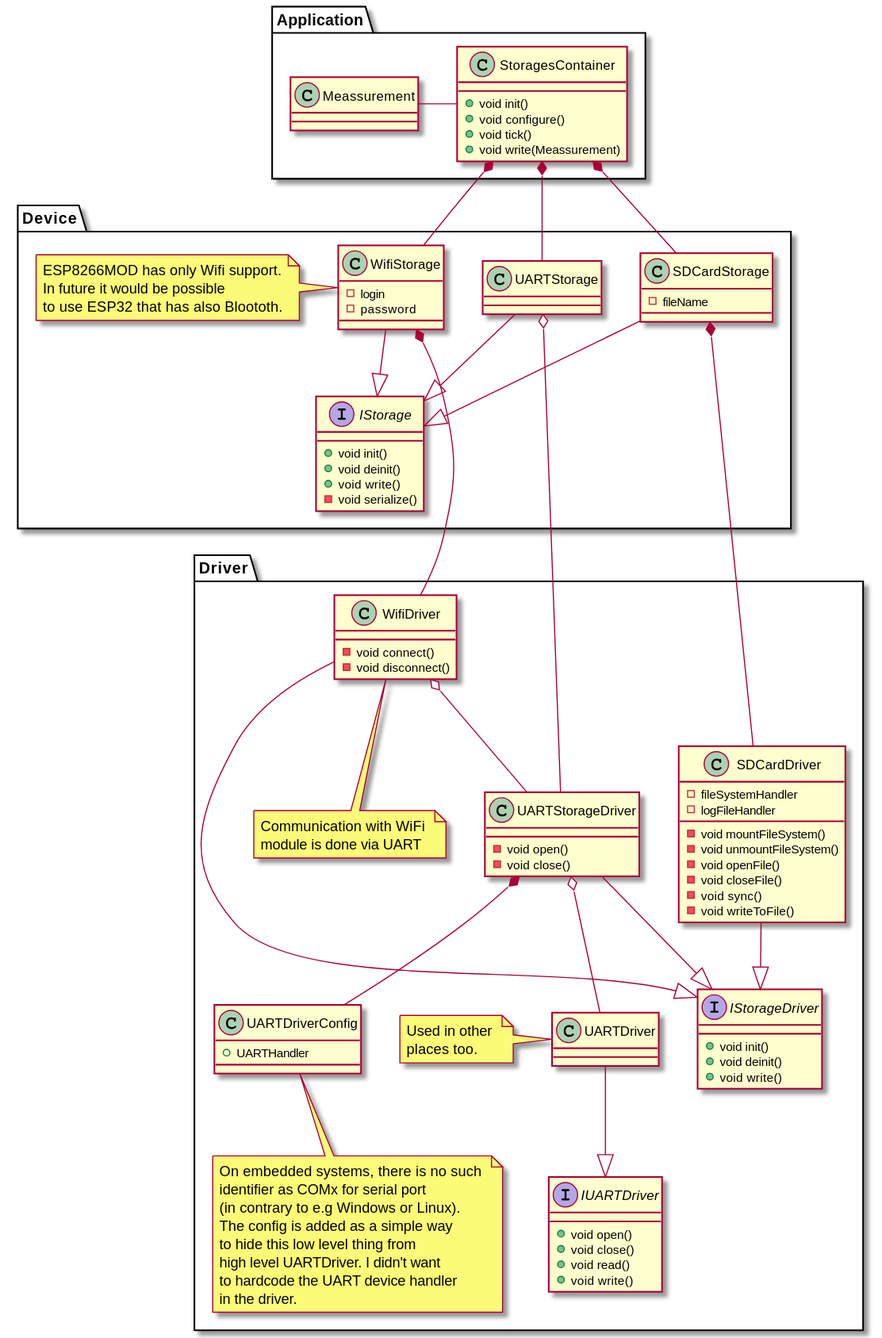
Before: Documentation/Diagrams/Export/Documentation/Diagrams/Source/NUCLEO-F103RB/Storage_Class_Diagram.svg, a diagram exported from PlantUML (RobertGawron/HardwareDataLogger).
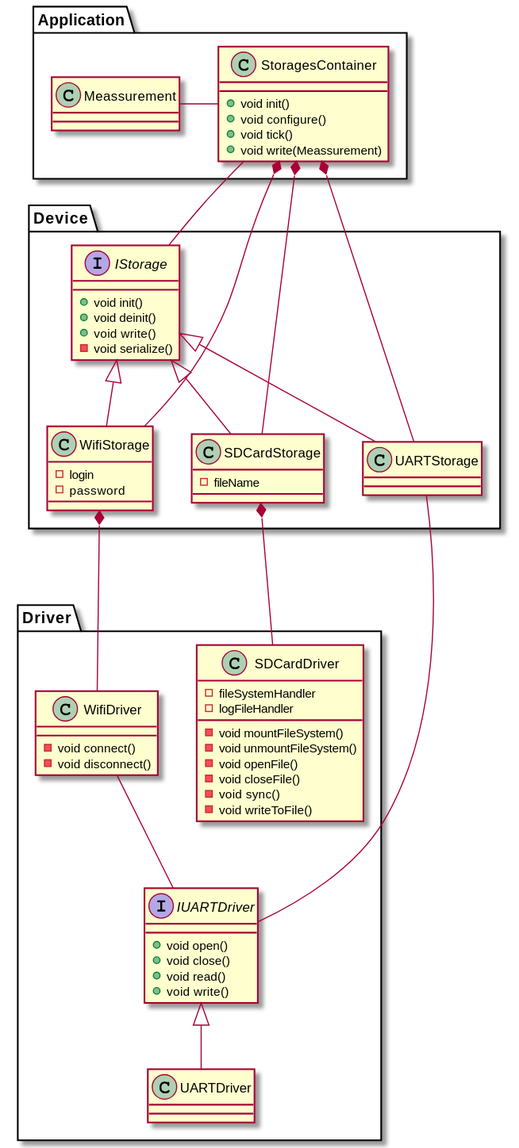
The same diagram one commit later.

Commit message:
remove component diagram, add class diagram for measurement devices, rework of storage class diagram

The edit, as a diff of the source:
```diff
@@ -13,14 +13,17 @@
     Meassurement - StoragesContainer
 }
 
-Package Device {
+package Device {
     interface IStorage {
         +void init()
         +void deinit()
         +void write()
         -void serialize()
     }
-
+    class WifiStorage {
+        -login
+        -password
+    }
 
     class SDCardStorage {
         -fileName
@@ -28,25 +31,9 @@
 
     class UARTStorage {
     }
-
-    note left of WifiStorage
-    ESP8266MOD has only Wifi support.
-    In future it would be possible
-    to use ESP32 that has also Bloototh.
-    end note
-    class WifiStorage {
-        -login
-        -password
-    }
 }
 
-Package Driver {
-    interface IStorageDriver {
-        +void init()
-        +void deinit()
-        +void write()
-    }
-
+package Driver {
     class SDCardDriver {
         -void mountFileSystem()
         -void unmountFileSystem()
@@ -59,39 +46,11 @@
         - logFileHandler
     }
 
-    class UARTStorageDriver {
-        -void open()
-        -void close()
-    }
-
-    note bottom of UARTDriverConfig
-    On embedded systems, there is no such
-    identifier as COMx for serial port
-    (in contrary to e.g Windows or Linux).
-    The config is added as a simple way
-    to hide this low level thing from
-    high level UARTDriver. I didn't want
-    to hardcode the UART device handler
-    in the driver.
-    end note
-    class UARTDriverConfig {
-        +UARTHandler
-    }
-
-    note bottom of WifiDriver
-    Communication with WiFi
-    module is done via UART
-    end note
-
     class WifiDriver {
         -void connect()
         -void disconnect()
     }
 
-    note left of UARTDriver
-    Used in other
-    places too.
-    end note
     class UARTDriver {
 
     }
@@ -105,36 +64,21 @@
 }
 
 
+StoragesContainer -- IStorage
+StoragesContainer *--- SDCardStorage
+StoragesContainer *--- UARTStorage
+StoragesContainer *--- WifiStorage
 
+IStorage <|-- WifiStorage
+IStorage <|-- SDCardStorage
+IStorage <|-- UARTStorage
 
-
-
-
-
-
-UARTDriver --|> IUARTDriver
-UARTStorageDriver o-- UARTDriver
-
-StoragesContainer *-- SDCardStorage
-StoragesContainer *-- UARTStorage
-StoragesContainer *-- WifiStorage
-
-
-
-WifiStorage --|> IStorage
-SDCardStorage --|> IStorage
-UARTStorage--|> IStorage
-
-UARTStorage o-- UARTStorageDriver
 SDCardStorage *-- SDCardDriver
 WifiStorage *--- WifiDriver
 
-SDCardDriver --|> IStorageDriver
-UARTStorageDriver --|> IStorageDriver
-WifiDriver --|> IStorageDriver
+UARTStorage -- IUARTDriver
+WifiDriver -- IUARTDriver
+IUARTDriver <|-- UARTDriver
 
-WifiDriver o-- UARTStorageDriver
-
-UARTStorageDriver *-- UARTDriverConfig
 
 @enduml
```
